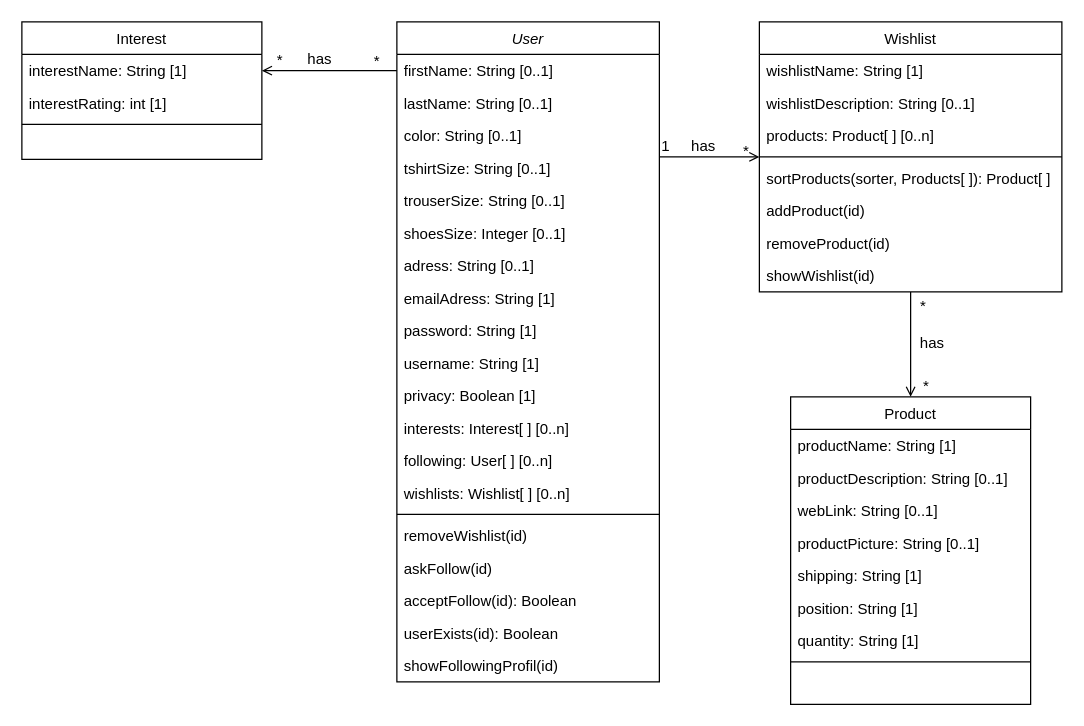
Before: Diagrammes/ClassDiagram.drawio in NNepper/LSINF1225-2020-GroupeL1.1-WishList, a draw.io diagram. Source tidied: cells renumbered, new cells numbered last; positions are measured from the earlier drawing's top-left corner, leaving out a move shared by most shapes. Both pictures are drawn from the tidied source at 125%, with x=0, y=0 at pixel (21, 21).
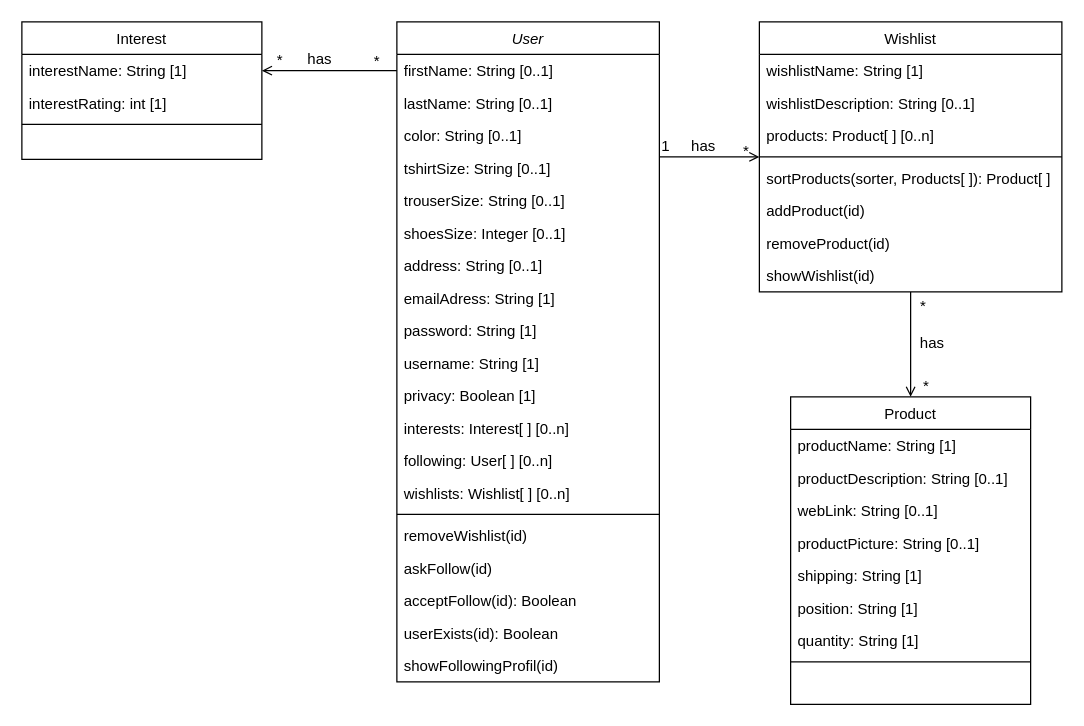
After the change.

The change refers to these unchanged cells:
```xml
<mxCell id="2" value="User" style="swimlane;fontStyle=2;align=center;verticalAlign=top;horizontal=1;startSize=26;rounded=0;shadow=0;strokeWidth=1;" parent="1" vertex="1">
  <mxGeometry x="300" width="210" height="528" as="geometry" />
</mxCell>
```

The edit, as a diff of the source:
```diff
@@
-    <mxCell id="9" value="adress: String [0..1]" style="text;align=left;verticalAlign=top;spacingLeft=4;spacingRight=4;overflow=hidden;" parent="2" vertex="1">
+    <mxCell id="9" value="address: String [0..1]" style="text;align=left;verticalAlign=top;spacingLeft=4;spacingRight=4;overflow=hidden;" parent="2" vertex="1">
       <mxGeometry y="182" width="210" height="26" as="geometry" />
     </mxCell>
```
